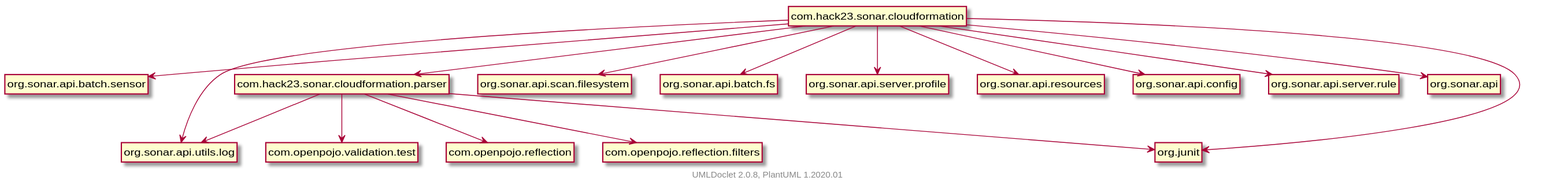
The PlantUML diagram testapidocs/package-dependencies.svg in Hack23/sonar-cloudformation-plugin, before a commit.
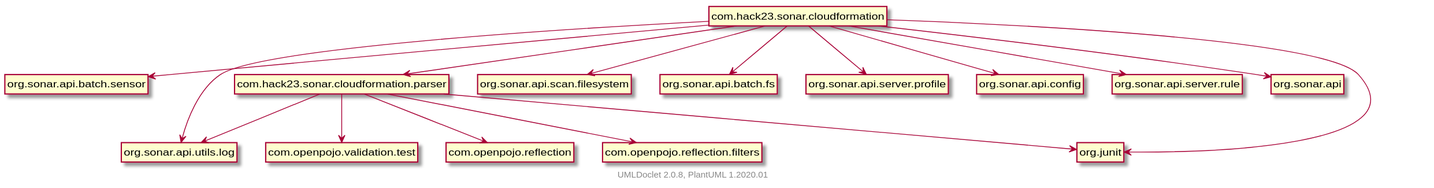
After the commit.

What changed in the source:
```diff
@@ -10,7 +10,6 @@
     com.hack23.sonar.cloudformation --> org.sonar.api.scan.filesystem
     com.hack23.sonar.cloudformation --> org.sonar.api.batch.fs
     com.hack23.sonar.cloudformation --> org.sonar.api.server.profile
-    com.hack23.sonar.cloudformation --> org.sonar.api.resources
     com.hack23.sonar.cloudformation --> org.sonar.api.config
     com.hack23.sonar.cloudformation --> org.sonar.api.server.rule
     com.hack23.sonar.cloudformation --> org.sonar.api
```
